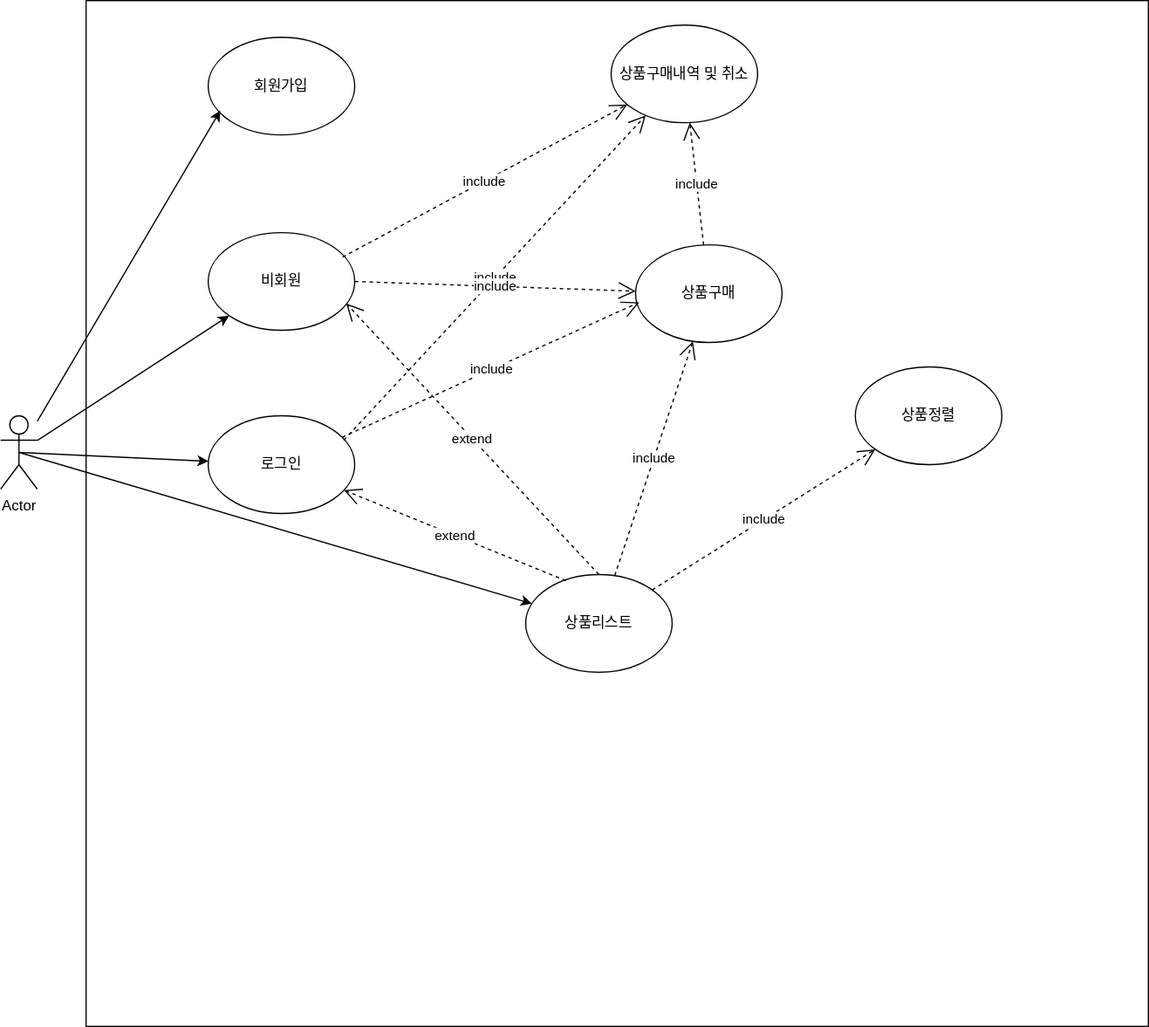
Before: 제목 없는 다이어그램.drawio.svg, a diagram exported from draw.io (pjw0808/portfolio). Source tidied: cells renumbered, new cells last; positions are measured from the earlier drawing's top-left corner, leaving out a move shared by most shapes.
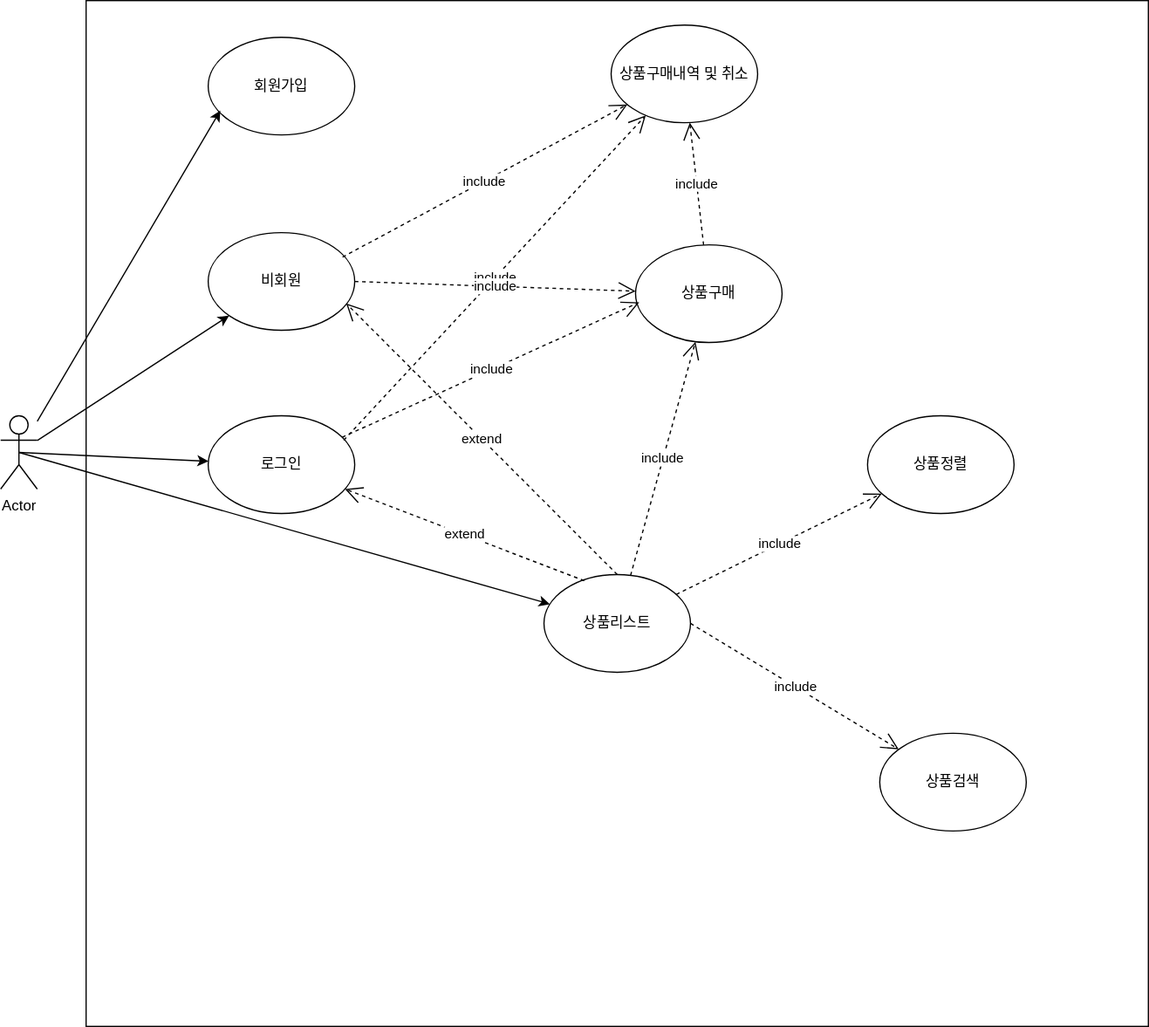
Above is the later version.

Commit message:
제목 없는 다이어그램.drawio.svg 업데이트

What changed in the source:
```diff
@@ -21,13 +21,13 @@
       <mxGeometry relative="1" as="geometry" />
     </mxCell>
     <mxCell id="8" value="상품리스트" style="ellipse;whiteSpace=wrap;html=1;" parent="1" vertex="1">
-      <mxGeometry x="430" y="470" width="120" height="80" as="geometry" />
+      <mxGeometry x="445" y="470" width="120" height="80" as="geometry" />
     </mxCell>
     <mxCell id="9" style="endArrow=classic;html=1;rounded=0;exitX=0.5;exitY=0.5;exitDx=0;exitDy=0;exitPerimeter=0;" parent="1" edge="1" source="4" target="8">
       <mxGeometry relative="1" as="geometry" />
     </mxCell>
     <mxCell id="10" value="상품정렬" style="ellipse;whiteSpace=wrap;html=1;" parent="1" vertex="1">
-      <mxGeometry x="700" y="300" width="120" height="80" as="geometry" />
+      <mxGeometry x="710" y="340" width="120" height="80" as="geometry" />
     </mxCell>
     <mxCell id="11" value="include" style="endArrow=open;endSize=12;dashed=1;html=1;rounded=0;" parent="1" edge="1" source="8" target="10">
       <mxGeometry relative="1" as="geometry" />
@@ -68,5 +68,11 @@
     <mxCell id="23" value="extend" style="endArrow=open;endSize=12;dashed=1;html=1;rounded=0;entryX=0.942;entryY=0.725;entryDx=0;entryDy=0;entryPerimeter=0;exitX=0.5;exitY=0;exitDx=0;exitDy=0;" parent="1" edge="1" source="8" target="17">
       <mxGeometry relative="1" as="geometry" />
     </mxCell>
+    <mxCell id="24" value="상품검색" style="ellipse;whiteSpace=wrap;html=1;" parent="1" vertex="1">
+      <mxGeometry x="720" y="600" width="120" height="80" as="geometry" />
+    </mxCell>
+    <mxCell id="25" value="include" style="endArrow=open;endSize=12;dashed=1;html=1;rounded=0;exitX=1;exitY=0.5;exitDx=0;exitDy=0;" parent="1" edge="1" source="8" target="24">
+      <mxGeometry relative="1" as="geometry" />
+    </mxCell>
   </root>
 </mxGraphModel>
```
